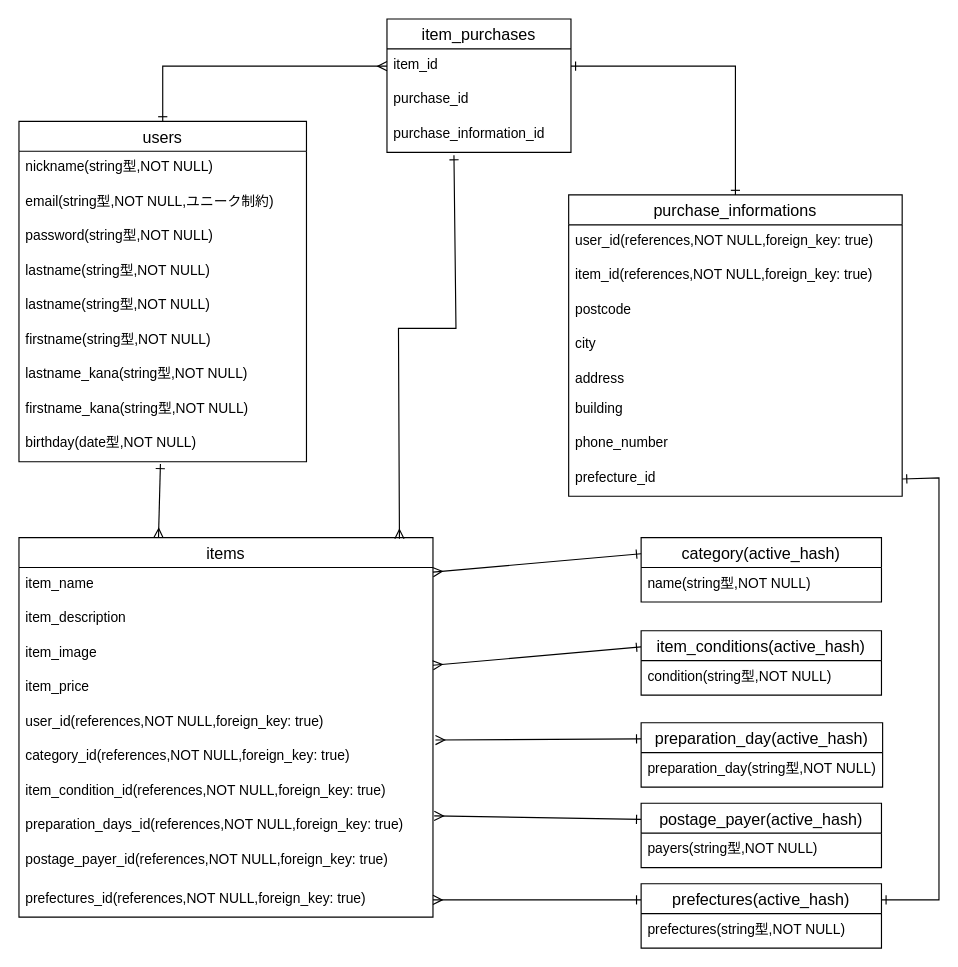
This is furima.dio from R21N21/furima-38391, a draw.io file, before an edit. Source tidied: cells renumbered, new cells numbered last; positions are measured from the earlier drawing's top-left corner, leaving out a move shared by most shapes. Both pictures are drawn from the tidied source at 115%, with x=0, y=0 at pixel (18, 18).
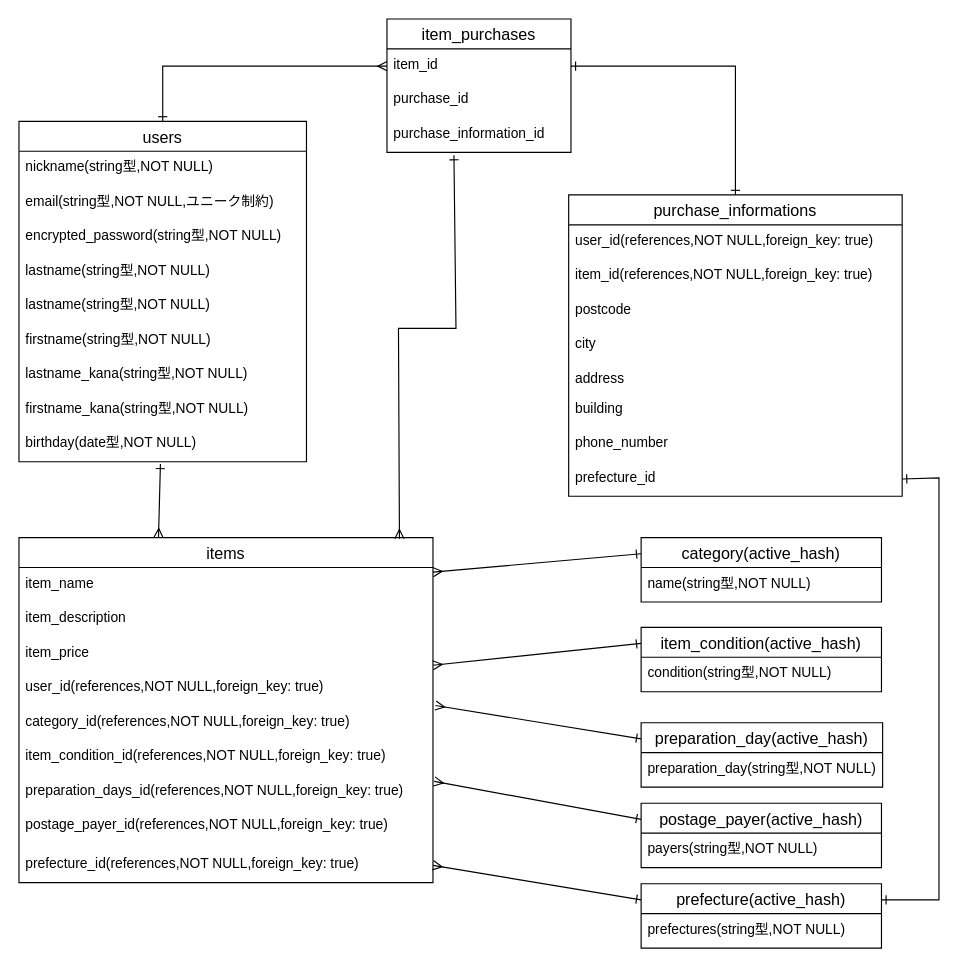
The same diagram, later.

Commit message (it also covers changes not shown here):
DB設計の修正

Unchanged cells that the change refers to:
```xml
<mxCell id="2" value="users" style="swimlane;fontStyle=0;horizontal=1;startSize=26;align=center;fontSize=14;" parent="1" vertex="1">
  <mxGeometry y="89" width="250" height="296" as="geometry" />
</mxCell>
```

The edit, as a diff of the source:
```diff
@@
-    <mxCell id="5" value="password(string型,NOT NULL)" style="text;strokeColor=none;fillColor=none;spacingLeft=4;spacingRight=4;overflow=hidden;fontSize=12;" parent="2" vertex="1">
+    <mxCell id="5" value="encrypted_password(string型,NOT NULL)" style="text;strokeColor=none;fillColor=none;spacingLeft=4;spacingRight=4;overflow=hidden;fontSize=12;" parent="2" vertex="1">
       <mxGeometry y="86" width="250" height="30" as="geometry" />
     </mxCell>
@@
     <mxCell id="12" value="items" style="swimlane;fontStyle=0;horizontal=1;startSize=26;align=center;fontSize=14;" parent="1" vertex="1">
-      <mxGeometry y="451" width="360" height="330" as="geometry" />
+      <mxGeometry y="451" width="360" height="300" as="geometry" />
     </mxCell>
@@
-    <mxCell id="15" value="item_image" style="text;strokeColor=none;fillColor=none;spacingLeft=4;spacingRight=4;overflow=hidden;points=[[0,0.5],[1,0.5]];portConstraint=eastwest;fontSize=12;" parent="12" vertex="1">
-      <mxGeometry y="86" width="360" height="30" as="geometry" />
-    </mxCell>
     <mxCell id="16" value="item_price" style="text;strokeColor=none;fillColor=none;spacingLeft=4;spacingRight=4;overflow=hidden;fontSize=12;" parent="12" vertex="1">
-      <mxGeometry y="116" width="360" height="30" as="geometry" />
+      <mxGeometry y="86" width="360" height="30" as="geometry" />
     </mxCell>
     <mxCell id="17" value="user_id(references,NOT NULL,foreign_key: true)" style="text;strokeColor=none;fillColor=none;spacingLeft=4;spacingRight=4;overflow=hidden;fontSize=12;" parent="12" vertex="1">
-      <mxGeometry y="146" width="360" height="30" as="geometry" />
+      <mxGeometry y="116" width="360" height="30" as="geometry" />
     </mxCell>
     <mxCell id="18" value="category_id(references,NOT NULL,foreign_key: true)" style="text;strokeColor=none;fillColor=none;spacingLeft=4;spacingRight=4;overflow=hidden;points=[[0,0.5],[1,0.5]];portConstraint=eastwest;fontSize=12;" parent="12" vertex="1">
-      <mxGeometry y="176" width="360" height="30" as="geometry" />
+      <mxGeometry y="146" width="360" height="30" as="geometry" />
     </mxCell>
     <mxCell id="19" value="item_condition_id(references,NOT NULL,foreign_key: true)" style="text;strokeColor=none;fillColor=none;spacingLeft=4;spacingRight=4;overflow=hidden;fontSize=12;" parent="12" vertex="1">
-      <mxGeometry y="206" width="360" height="30" as="geometry" />
+      <mxGeometry y="176" width="360" height="30" as="geometry" />
     </mxCell>
     <mxCell id="20" value="preparation_days_id(references,NOT NULL,foreign_key: true)" style="text;strokeColor=none;fillColor=none;spacingLeft=4;spacingRight=4;overflow=hidden;points=[[0,0.5],[1,0.5]];portConstraint=eastwest;fontSize=12;" parent="12" vertex="1">
-      <mxGeometry y="236" width="360" height="30" as="geometry" />
+      <mxGeometry y="206" width="360" height="30" as="geometry" />
     </mxCell>
     <mxCell id="21" value="postage_payer_id(references,NOT NULL,foreign_key: true)" style="text;strokeColor=none;fillColor=none;spacingLeft=4;spacingRight=4;overflow=hidden;fontSize=12;" parent="12" vertex="1">
-      <mxGeometry y="266" width="360" height="34" as="geometry" />
+      <mxGeometry y="236" width="360" height="34" as="geometry" />
     </mxCell>
-    <mxCell id="22" value="prefectures_id(references,NOT NULL,foreign_key: true)" style="text;strokeColor=none;fillColor=none;spacingLeft=4;spacingRight=4;overflow=hidden;points=[[0,0.5],[1,0.5]];portConstraint=eastwest;fontSize=12;" parent="12" vertex="1">
-      <mxGeometry y="300" width="360" height="30" as="geometry" />
+    <mxCell id="22" value="prefecture_id(references,NOT NULL,foreign_key: true)" style="text;strokeColor=none;fillColor=none;spacingLeft=4;spacingRight=4;overflow=hidden;points=[[0,0.5],[1,0.5]];portConstraint=eastwest;fontSize=12;" parent="12" vertex="1">
+      <mxGeometry y="270" width="360" height="30" as="geometry" />
     </mxCell>
@@
-    <mxCell id="37" style="edgeStyle=none;rounded=0;html=1;exitX=0;exitY=0.25;exitDx=0;exitDy=0;entryX=1;entryY=0.833;entryDx=0;entryDy=0;entryPerimeter=0;startArrow=ERone;startFill=0;endArrow=ERmany;endFill=0;" parent="1" edge="1" source="38" target="15">
-      <mxGeometry relative="1" as="geometry" />
+    <mxCell id="37" style="edgeStyle=none;rounded=0;html=1;exitX=0;exitY=0.25;exitDx=0;exitDy=0;entryX=1;entryY=0.833;entryDx=0;entryDy=0;entryPerimeter=0;startArrow=ERone;startFill=0;endArrow=ERmany;endFill=0;" parent="1" edge="1" source="38">
+      <mxGeometry relative="1" as="geometry">
+        <mxPoint x="360" y="562" as="targetPoint" />
+      </mxGeometry>
     </mxCell>
-    <mxCell id="38" value="item_conditions(active_hash)" style="swimlane;fontStyle=0;horizontal=1;startSize=26;align=center;fontSize=14;" parent="1" vertex="1">
-      <mxGeometry x="541" y="532" width="209" height="56" as="geometry" />
+    <mxCell id="38" value="item_condition(active_hash)" style="swimlane;fontStyle=0;horizontal=1;startSize=26;align=center;fontSize=14;" parent="1" vertex="1">
+      <mxGeometry x="541" y="529" width="209" height="56" as="geometry" />
     </mxCell>
@@
-    <mxCell id="48" value="prefectures(active_hash)" style="swimlane;fontStyle=0;horizontal=1;startSize=26;align=center;fontSize=14;" parent="1" vertex="1">
+    <mxCell id="48" value="prefecture(active_hash)" style="swimlane;fontStyle=0;horizontal=1;startSize=26;align=center;fontSize=14;" parent="1" vertex="1">
       <mxGeometry x="541" y="752" width="209" height="56" as="geometry" />
     </mxCell>
```
